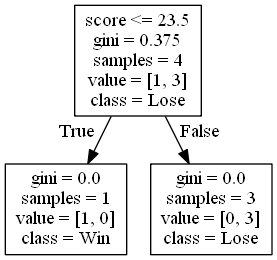
Above: DecisionTrees/Conference USAdecision_tree_with_score16.png in alexana-steck/CSE482Project (Graphviz), before the change. Its source is kept beside it as DecisionTrees/Conference USAdecision_tree_with_score16.dot. The source it was exported from:
```dot
digraph Tree {
node [shape=box] ;
0 [label="score <= 23.5\ngini = 0.375\nsamples = 4\nvalue = [1, 3]\nclass = Lose"] ;
1 [label="gini = 0.0\nsamples = 1\nvalue = [1, 0]\nclass = Win"] ;
0 -> 1 [labeldistance=2.5, labelangle=45, headlabel="True"] ;
2 [label="gini = 0.0\nsamples = 3\nvalue = [0, 3]\nclass = Lose"] ;
0 -> 2 [labeldistance=2.5, labelangle=-45, headlabel="False"] ;
}
```
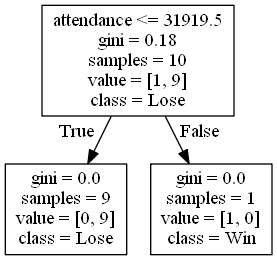
Later version of the same file.

Diff of the diagram source:
```diff
@@ -1,8 +1,8 @@
 digraph Tree {
 node [shape=box] ;
-0 [label="score <= 23.5\ngini = 0.375\nsamples = 4\nvalue = [1, 3]\nclass = Lose"] ;
-1 [label="gini = 0.0\nsamples = 1\nvalue = [1, 0]\nclass = Win"] ;
+0 [label="attendance <= 31919.5\ngini = 0.18\nsamples = 10\nvalue = [1, 9]\nclass = Lose"] ;
+1 [label="gini = 0.0\nsamples = 9\nvalue = [0, 9]\nclass = Lose"] ;
 0 -> 1 [labeldistance=2.5, labelangle=45, headlabel="True"] ;
-2 [label="gini = 0.0\nsamples = 3\nvalue = [0, 3]\nclass = Lose"] ;
+2 [label="gini = 0.0\nsamples = 1\nvalue = [1, 0]\nclass = Win"] ;
 0 -> 2 [labeldistance=2.5, labelangle=-45, headlabel="False"] ;
 }
```
